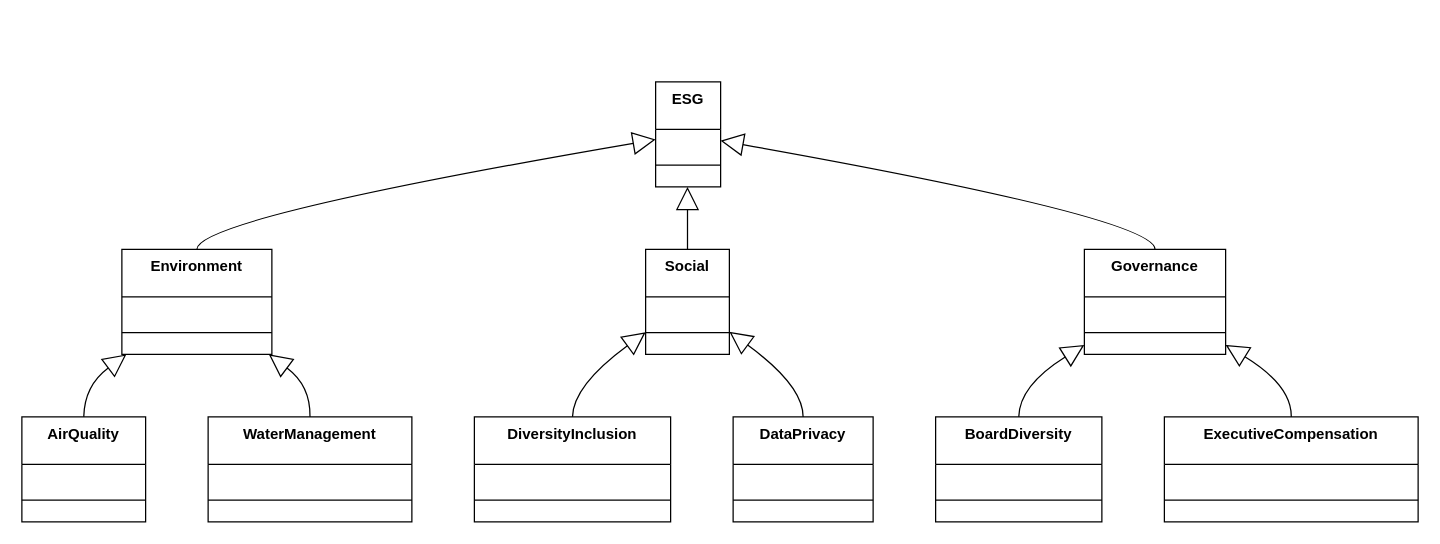
rognit/MastermindMCTS keeps this draw.io diagram as ESG_class_tree.drawio. Above is the earlier version. Source tidied: cells renumbered, new cells numbered last; positions are measured from the earlier drawing's top-left corner, leaving out a move shared by most shapes. Both pictures are drawn from the tidied source at 125%, with x=0, y=0 at pixel (21, 81).
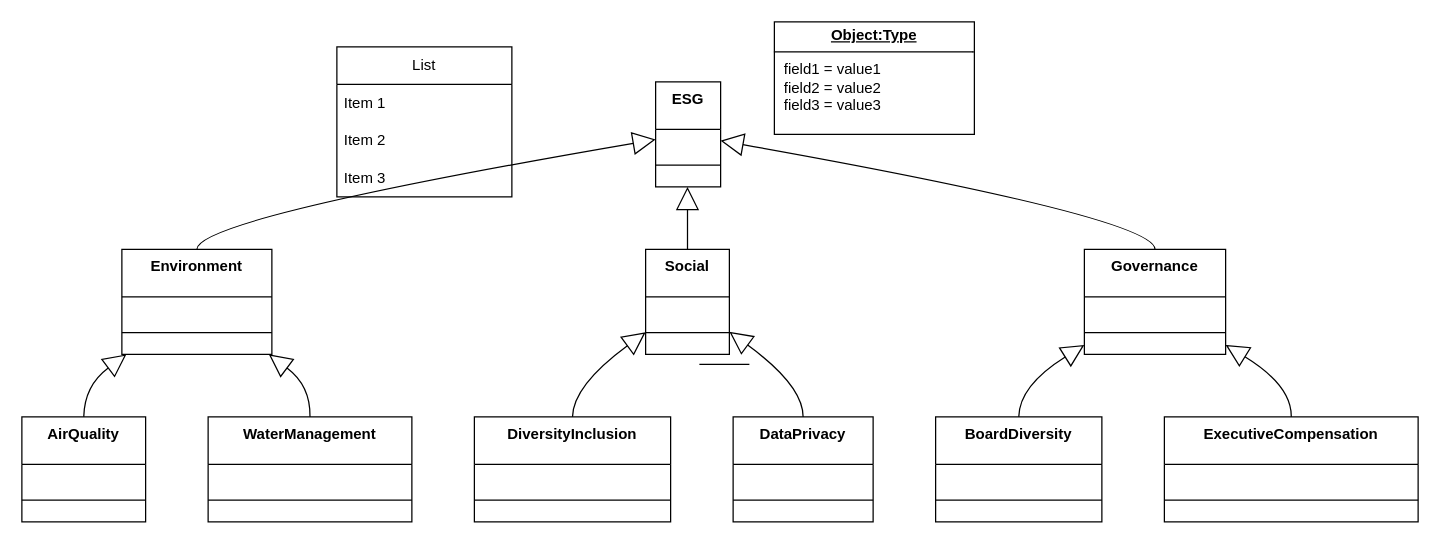
After the change.

Commit message:
Mettre à jour ESG_class_tree.drawio

Change to the diagram source:
```diff
@@
+    <mxCell id="31" value="List" style="swimlane;fontStyle=0;horizontal=1;startSize=30;whiteSpace=wrap;html=1;" parent="1" vertex="1">
+      <mxGeometry x="252" y="-28" width="140" height="120" as="geometry" />
+    </mxCell>
+    <mxCell id="32" value="Item 1" style="text;strokeColor=none;fillColor=none;align=left;verticalAlign=middle;spacingLeft=4;spacingRight=4;overflow=hidden;whiteSpace=wrap;html=1;" parent="31" vertex="1">
+      <mxGeometry y="30" width="140" height="30" as="geometry" />
+    </mxCell>
+    <mxCell id="33" value="Item 2" style="text;strokeColor=none;fillColor=none;align=left;verticalAlign=middle;spacingLeft=4;spacingRight=4;overflow=hidden;whiteSpace=wrap;html=1;" parent="31" vertex="1">
+      <mxGeometry y="60" width="140" height="30" as="geometry" />
+    </mxCell>
+    <mxCell id="34" value="Item 3" style="text;strokeColor=none;fillColor=none;align=left;verticalAlign=middle;spacingLeft=4;spacingRight=4;overflow=hidden;whiteSpace=wrap;html=1;" parent="31" vertex="1">
+      <mxGeometry y="90" width="140" height="30" as="geometry" />
+    </mxCell>
+    <mxCell id="35" style="line;strokeWidth=1;fillColor=none;align=left;verticalAlign=middle;spacingTop=-1;spacingLeft=3;spacingRight=3;labelPosition=right;strokeColor=inherit;" parent="1" vertex="1">
+      <mxGeometry x="542" y="222" width="40" height="8" as="geometry" />
+    </mxCell>
+    <mxCell id="36" value="&lt;p style=&quot;margin:0px;margin-top:4px;text-align:center;text-decoration:underline;&quot;&gt;&lt;b&gt;Object:Type&lt;/b&gt;&lt;/p&gt;&lt;hr size=&quot;1&quot; style=&quot;border-style:solid;&quot;/&gt;&lt;p style=&quot;margin:0px;margin-left:8px;&quot;&gt;field1 = value1&lt;br/&gt;field2 = value2&lt;br&gt;field3 = value3&lt;/p&gt;" style="verticalAlign=top;align=left;overflow=fill;html=1;whiteSpace=wrap;" parent="1" vertex="1">
+      <mxGeometry x="602" y="-48" width="160" height="90" as="geometry" />
+    </mxCell>
```
